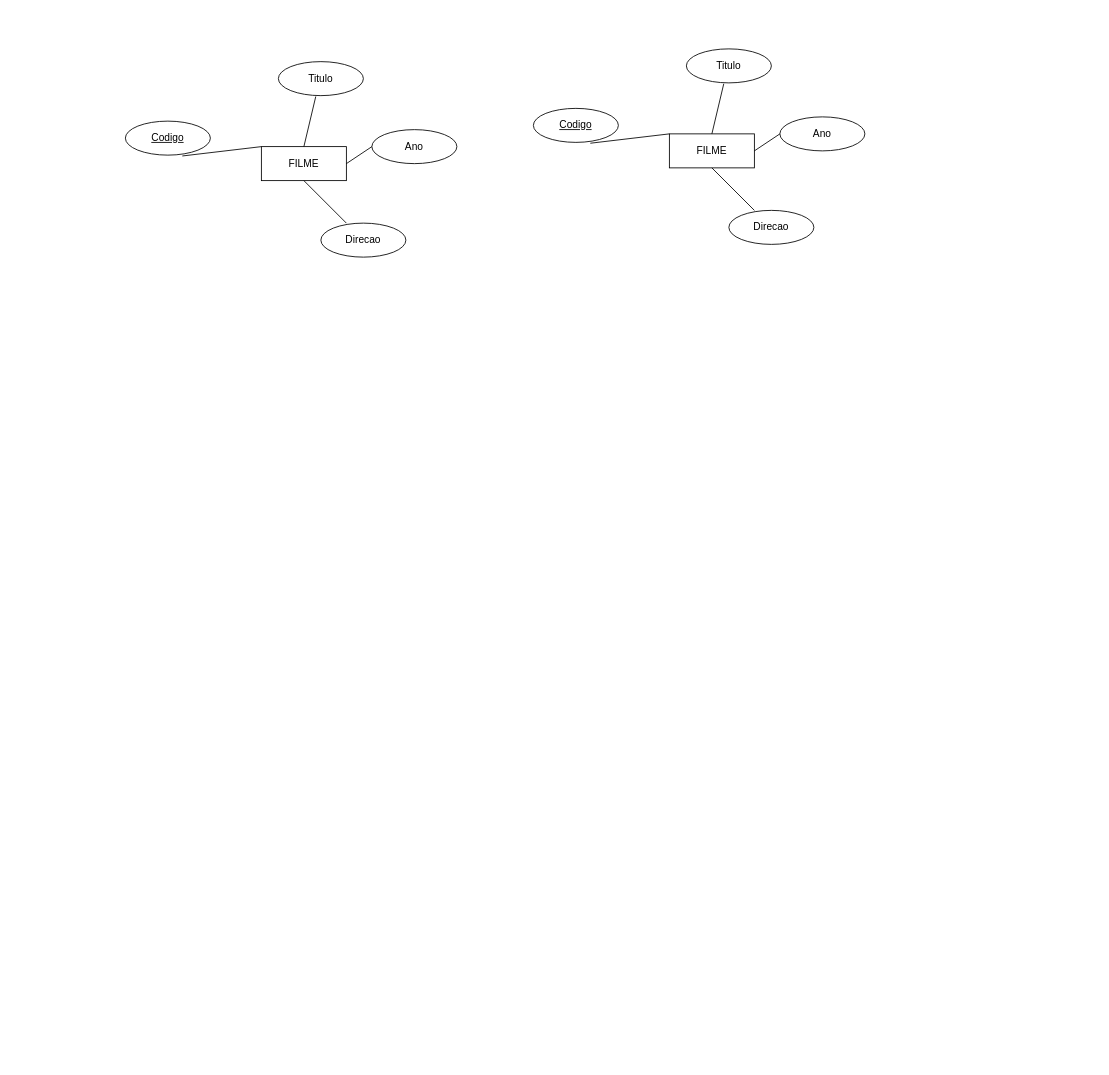
This is DiagramaFilme.drawio from VascoMatos/diagramas, a draw.io file, before an edit. Source tidied: cells renumbered, new cells numbered last; positions are measured from the earlier drawing's top-left corner, leaving out a move shared by most shapes. Both pictures are drawn from the tidied source at 85%, with x=0, y=0 at pixel (125, 48).
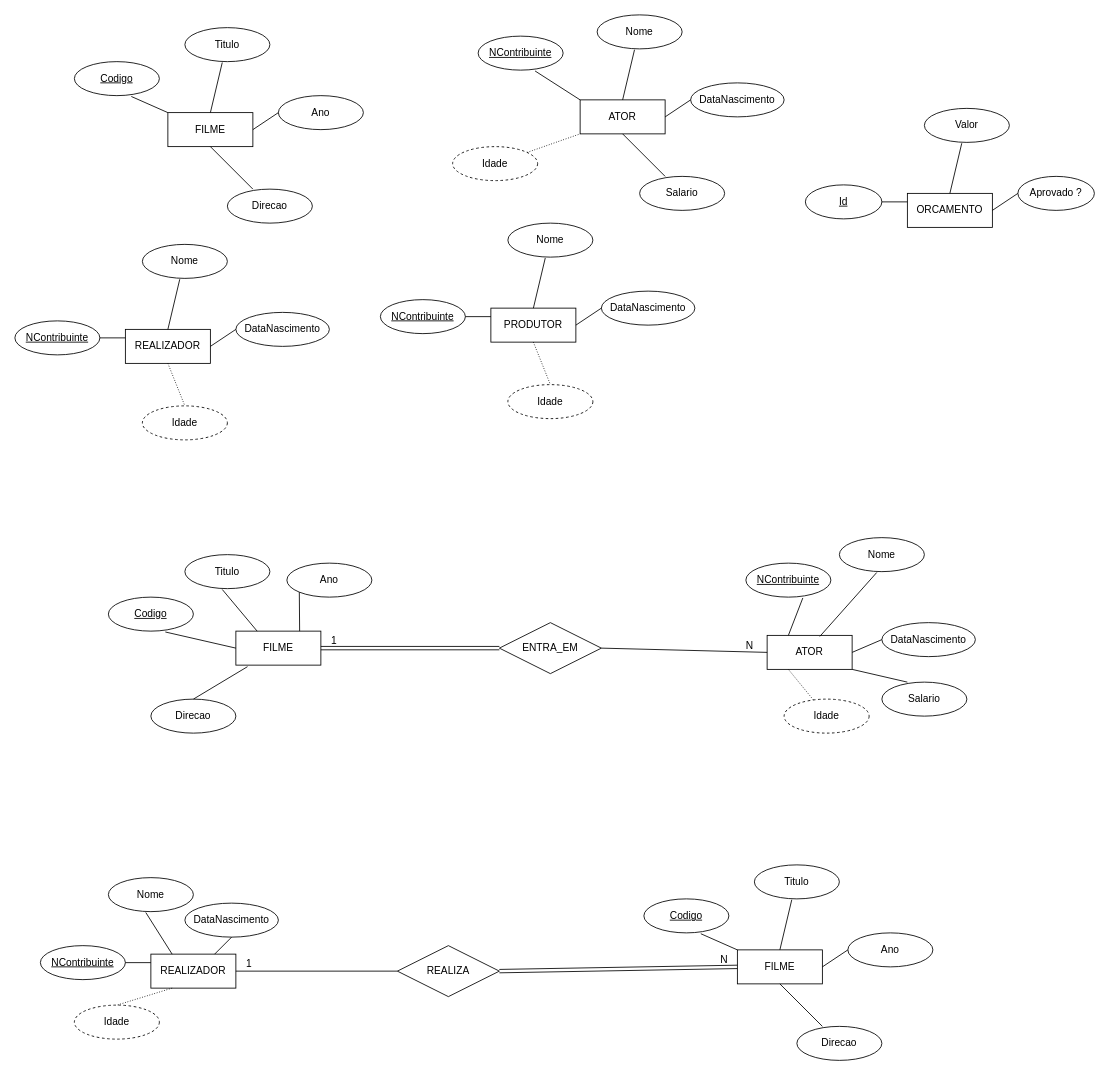
The same page after the edit.

Change to the diagram source:
```diff
@@
     <mxCell id="2" value="FILME" style="whiteSpace=wrap;html=1;align=center;" parent="1" vertex="1">
-      <mxGeometry x="160" y="115" width="100" height="40" as="geometry" />
+      <mxGeometry x="50" y="75" width="100" height="40" as="geometry" />
     </mxCell>
     <mxCell id="3" value="Titulo" style="ellipse;whiteSpace=wrap;html=1;align=center;" parent="1" vertex="1">
-      <mxGeometry x="180" y="15" width="100" height="40" as="geometry" />
+      <mxGeometry x="70" y="-25" width="100" height="40" as="geometry" />
     </mxCell>
     <mxCell id="4" value="Ano" style="ellipse;whiteSpace=wrap;html=1;align=center;" parent="1" vertex="1">
-      <mxGeometry x="290" y="95" width="100" height="40" as="geometry" />
+      <mxGeometry x="180" y="55" width="100" height="40" as="geometry" />
     </mxCell>
     <mxCell id="5" value="Direcao" style="ellipse;whiteSpace=wrap;html=1;align=center;" parent="1" vertex="1">
-      <mxGeometry x="230" y="205" width="100" height="40" as="geometry" />
+      <mxGeometry x="120" y="165" width="100" height="40" as="geometry" />
     </mxCell>
     <mxCell id="6" value="Codigo" style="ellipse;whiteSpace=wrap;html=1;align=center;fontStyle=4;" parent="1" vertex="1">
-      <mxGeometry y="85" width="100" height="40" as="geometry" />
+      <mxGeometry x="-60" y="15" width="100" height="40" as="geometry" />
     </mxCell>
@@
-    <mxCell id="11" value="FILME" style="whiteSpace=wrap;html=1;align=center;" parent="1" vertex="1">
-      <mxGeometry x="640" y="100" width="100" height="40" as="geometry" />
+    <mxCell id="11" value="ATOR" style="whiteSpace=wrap;html=1;align=center;" parent="1" vertex="1">
+      <mxGeometry x="535" y="60" width="100" height="40" as="geometry" />
     </mxCell>
-    <mxCell id="12" value="Titulo" style="ellipse;whiteSpace=wrap;html=1;align=center;" parent="1" vertex="1">
-      <mxGeometry x="660" width="100" height="40" as="geometry" />
+    <mxCell id="12" value="Nome" style="ellipse;whiteSpace=wrap;html=1;align=center;" parent="1" vertex="1">
+      <mxGeometry x="555" y="-40" width="100" height="40" as="geometry" />
     </mxCell>
-    <mxCell id="13" value="Ano" style="ellipse;whiteSpace=wrap;html=1;align=center;" parent="1" vertex="1">
-      <mxGeometry x="770" y="80" width="100" height="40" as="geometry" />
+    <mxCell id="13" value="DataNascimento" style="ellipse;whiteSpace=wrap;html=1;align=center;" parent="1" vertex="1">
+      <mxGeometry x="665" y="40" width="110" height="40" as="geometry" />
     </mxCell>
-    <mxCell id="14" value="Direcao" style="ellipse;whiteSpace=wrap;html=1;align=center;" parent="1" vertex="1">
-      <mxGeometry x="710" y="190" width="100" height="40" as="geometry" />
+    <mxCell id="14" value="Salario" style="ellipse;whiteSpace=wrap;html=1;align=center;" parent="1" vertex="1">
+      <mxGeometry x="605" y="150" width="100" height="40" as="geometry" />
     </mxCell>
-    <mxCell id="15" value="Codigo" style="ellipse;whiteSpace=wrap;html=1;align=center;fontStyle=4;" parent="1" vertex="1">
-      <mxGeometry x="480" y="70" width="100" height="40" as="geometry" />
+    <mxCell id="15" value="NContribuinte" style="ellipse;whiteSpace=wrap;html=1;align=center;fontStyle=4;" parent="1" vertex="1">
+      <mxGeometry x="415" y="-15" width="100" height="40" as="geometry" />
     </mxCell>
@@
+    <mxCell id="20" value="Idade" style="ellipse;whiteSpace=wrap;html=1;align=center;dashed=1;" parent="1" vertex="1">
+      <mxGeometry x="385" y="115" width="100" height="40" as="geometry" />
+    </mxCell>
+    <mxCell id="21" style="endArrow=none;html=1;rounded=0;dashed=1;dashPattern=1 2;entryX=0;entryY=1;entryDx=0;entryDy=0;" parent="1" edge="1" source="20" target="11">
+      <mxGeometry relative="1" as="geometry" />
+    </mxCell>
+    <mxCell id="22" value="REALIZADOR" style="whiteSpace=wrap;html=1;align=center;" parent="1" vertex="1">
+      <mxGeometry y="330" width="100" height="40" as="geometry" />
+    </mxCell>
+    <mxCell id="23" value="Nome" style="ellipse;whiteSpace=wrap;html=1;align=center;" parent="1" vertex="1">
+      <mxGeometry x="20" y="230" width="100" height="40" as="geometry" />
+    </mxCell>
+    <mxCell id="24" value="DataNascimento" style="ellipse;whiteSpace=wrap;html=1;align=center;" parent="1" vertex="1">
+      <mxGeometry x="130" y="310" width="110" height="40" as="geometry" />
+    </mxCell>
+    <mxCell id="25" value="NContribuinte" style="ellipse;whiteSpace=wrap;html=1;align=center;fontStyle=4;" parent="1" vertex="1">
+      <mxGeometry x="-130" y="320" width="100" height="40" as="geometry" />
+    </mxCell>
+    <mxCell id="26" style="endArrow=none;html=1;rounded=0;exitX=1;exitY=0.5;exitDx=0;exitDy=0;entryX=0;entryY=0.25;entryDx=0;entryDy=0;" parent="1" edge="1" source="25" target="22">
+      <mxGeometry relative="1" as="geometry" />
+    </mxCell>
+    <mxCell id="27" style="endArrow=none;html=1;rounded=0;exitX=0.5;exitY=0;exitDx=0;exitDy=0;entryX=0.44;entryY=1.025;entryDx=0;entryDy=0;entryPerimeter=0;" parent="1" edge="1" source="22" target="23">
+      <mxGeometry relative="1" as="geometry" />
+    </mxCell>
+    <mxCell id="28" style="endArrow=none;html=1;rounded=0;exitX=1;exitY=0.5;exitDx=0;exitDy=0;entryX=0;entryY=0.5;entryDx=0;entryDy=0;" parent="1" edge="1" source="22" target="24">
+      <mxGeometry relative="1" as="geometry" />
+    </mxCell>
+    <mxCell id="29" value="Idade" style="ellipse;whiteSpace=wrap;html=1;align=center;dashed=1;" parent="1" vertex="1">
+      <mxGeometry x="20" y="420" width="100" height="40" as="geometry" />
+    </mxCell>
+    <mxCell id="30" style="endArrow=none;html=1;rounded=0;dashed=1;dashPattern=1 2;entryX=0.5;entryY=0;entryDx=0;entryDy=0;exitX=0.5;exitY=1;exitDx=0;exitDy=0;" parent="1" edge="1" source="22" target="29">
+      <mxGeometry relative="1" as="geometry" />
+    </mxCell>
+    <mxCell id="31" value="PRODUTOR" style="whiteSpace=wrap;html=1;align=center;" parent="1" vertex="1">
+      <mxGeometry x="430" y="305" width="100" height="40" as="geometry" />
+    </mxCell>
+    <mxCell id="32" value="Nome" style="ellipse;whiteSpace=wrap;html=1;align=center;" parent="1" vertex="1">
+      <mxGeometry x="450" y="205" width="100" height="40" as="geometry" />
+    </mxCell>
+    <mxCell id="33" value="DataNascimento" style="ellipse;whiteSpace=wrap;html=1;align=center;" parent="1" vertex="1">
+      <mxGeometry x="560" y="285" width="110" height="40" as="geometry" />
+    </mxCell>
+    <mxCell id="34" value="NContribuinte" style="ellipse;whiteSpace=wrap;html=1;align=center;fontStyle=4;" parent="1" vertex="1">
+      <mxGeometry x="300" y="295" width="100" height="40" as="geometry" />
+    </mxCell>
+    <mxCell id="35" style="endArrow=none;html=1;rounded=0;exitX=1;exitY=0.5;exitDx=0;exitDy=0;entryX=0;entryY=0.25;entryDx=0;entryDy=0;" parent="1" edge="1" source="34" target="31">
+      <mxGeometry relative="1" as="geometry" />
+    </mxCell>
+    <mxCell id="36" style="endArrow=none;html=1;rounded=0;exitX=0.5;exitY=0;exitDx=0;exitDy=0;entryX=0.44;entryY=1.025;entryDx=0;entryDy=0;entryPerimeter=0;" parent="1" edge="1" source="31" target="32">
+      <mxGeometry relative="1" as="geometry" />
+    </mxCell>
+    <mxCell id="37" style="endArrow=none;html=1;rounded=0;exitX=1;exitY=0.5;exitDx=0;exitDy=0;entryX=0;entryY=0.5;entryDx=0;entryDy=0;" parent="1" edge="1" source="31" target="33">
+      <mxGeometry relative="1" as="geometry" />
+    </mxCell>
+    <mxCell id="38" value="Idade" style="ellipse;whiteSpace=wrap;html=1;align=center;dashed=1;" parent="1" vertex="1">
+      <mxGeometry x="450" y="395" width="100" height="40" as="geometry" />
+    </mxCell>
+    <mxCell id="39" style="endArrow=none;html=1;rounded=0;dashed=1;dashPattern=1 2;entryX=0.5;entryY=0;entryDx=0;entryDy=0;exitX=0.5;exitY=1;exitDx=0;exitDy=0;" parent="1" edge="1" source="31" target="38">
+      <mxGeometry relative="1" as="geometry" />
+    </mxCell>
+    <mxCell id="40" value="ORCAMENTO" style="whiteSpace=wrap;html=1;align=center;" parent="1" vertex="1">
+      <mxGeometry x="920" y="170" width="100" height="40" as="geometry" />
+    </mxCell>
+    <mxCell id="41" value="Valor" style="ellipse;whiteSpace=wrap;html=1;align=center;" parent="1" vertex="1">
+      <mxGeometry x="940" y="70" width="100" height="40" as="geometry" />
+    </mxCell>
+    <mxCell id="42" value="Aprovado ?" style="ellipse;whiteSpace=wrap;html=1;align=center;" parent="1" vertex="1">
+      <mxGeometry x="1050" y="150" width="90" height="40" as="geometry" />
+    </mxCell>
+    <mxCell id="43" value="Id" style="ellipse;whiteSpace=wrap;html=1;align=center;fontStyle=4;" parent="1" vertex="1">
+      <mxGeometry x="800" y="160" width="90" height="40" as="geometry" />
+    </mxCell>
+    <mxCell id="44" style="endArrow=none;html=1;rounded=0;exitX=1;exitY=0.5;exitDx=0;exitDy=0;entryX=0;entryY=0.25;entryDx=0;entryDy=0;" parent="1" edge="1" source="43" target="40">
+      <mxGeometry relative="1" as="geometry" />
+    </mxCell>
+    <mxCell id="45" style="endArrow=none;html=1;rounded=0;exitX=0.5;exitY=0;exitDx=0;exitDy=0;entryX=0.44;entryY=1.025;entryDx=0;entryDy=0;entryPerimeter=0;" parent="1" edge="1" source="40" target="41">
+      <mxGeometry relative="1" as="geometry" />
+    </mxCell>
+    <mxCell id="46" style="endArrow=none;html=1;rounded=0;exitX=1;exitY=0.5;exitDx=0;exitDy=0;entryX=0;entryY=0.5;entryDx=0;entryDy=0;" parent="1" edge="1" source="40" target="42">
+      <mxGeometry relative="1" as="geometry" />
+    </mxCell>
+    <mxCell id="47" value="ENTRA_EM" style="shape=rhombus;perimeter=rhombusPerimeter;whiteSpace=wrap;html=1;align=center;" parent="1" vertex="1">
+      <mxGeometry x="440" y="675" width="120" height="60" as="geometry" />
+    </mxCell>
+    <mxCell id="48" value="FILME" style="whiteSpace=wrap;html=1;align=center;" parent="1" vertex="1">
+      <mxGeometry x="130" y="685" width="100" height="40" as="geometry" />
+    </mxCell>
+    <mxCell id="49" value="Titulo" style="ellipse;whiteSpace=wrap;html=1;align=center;" parent="1" vertex="1">
+      <mxGeometry x="70" y="595" width="100" height="40" as="geometry" />
+    </mxCell>
+    <mxCell id="50" value="Ano" style="ellipse;whiteSpace=wrap;html=1;align=center;" parent="1" vertex="1">
+      <mxGeometry x="190" y="605" width="100" height="40" as="geometry" />
+    </mxCell>
+    <mxCell id="51" value="Direcao" style="ellipse;whiteSpace=wrap;html=1;align=center;" parent="1" vertex="1">
+      <mxGeometry x="30" y="765" width="100" height="40" as="geometry" />
+    </mxCell>
+    <mxCell id="52" value="Codigo" style="ellipse;whiteSpace=wrap;html=1;align=center;fontStyle=4;" parent="1" vertex="1">
+      <mxGeometry x="-20" y="645" width="100" height="40" as="geometry" />
+    </mxCell>
+    <mxCell id="53" style="endArrow=none;html=1;rounded=0;exitX=0.67;exitY=1.025;exitDx=0;exitDy=0;exitPerimeter=0;entryX=0;entryY=0.5;entryDx=0;entryDy=0;" parent="1" edge="1" source="52" target="48">
+      <mxGeometry relative="1" as="geometry" />
+    </mxCell>
+    <mxCell id="54" style="endArrow=none;html=1;rounded=0;exitX=0.25;exitY=0;exitDx=0;exitDy=0;entryX=0.44;entryY=1.025;entryDx=0;entryDy=0;entryPerimeter=0;" parent="1" edge="1" source="48" target="49">
+      <mxGeometry relative="1" as="geometry" />
+    </mxCell>
+    <mxCell id="55" style="endArrow=none;html=1;rounded=0;exitX=0.75;exitY=0;exitDx=0;exitDy=0;entryX=0;entryY=1;entryDx=0;entryDy=0;" parent="1" edge="1" source="48" target="50">
+      <mxGeometry relative="1" as="geometry" />
+    </mxCell>
+    <mxCell id="56" style="endArrow=none;html=1;rounded=0;exitX=0.137;exitY=1.045;exitDx=0;exitDy=0;entryX=0.5;entryY=0;entryDx=0;entryDy=0;exitPerimeter=0;" parent="1" edge="1" source="48" target="51">
+      <mxGeometry relative="1" as="geometry" />
+    </mxCell>
+    <mxCell id="57" value="ATOR" style="whiteSpace=wrap;html=1;align=center;" parent="1" vertex="1">
+      <mxGeometry x="755" y="690" width="100" height="40" as="geometry" />
+    </mxCell>
+    <mxCell id="58" value="Nome" style="ellipse;whiteSpace=wrap;html=1;align=center;" parent="1" vertex="1">
+      <mxGeometry x="840" y="575" width="100" height="40" as="geometry" />
+    </mxCell>
+    <mxCell id="59" value="DataNascimento" style="ellipse;whiteSpace=wrap;html=1;align=center;" parent="1" vertex="1">
+      <mxGeometry x="890" y="675" width="110" height="40" as="geometry" />
+    </mxCell>
+    <mxCell id="60" value="Salario" style="ellipse;whiteSpace=wrap;html=1;align=center;" parent="1" vertex="1">
+      <mxGeometry x="890" y="745" width="100" height="40" as="geometry" />
+    </mxCell>
+    <mxCell id="61" value="NContribuinte" style="ellipse;whiteSpace=wrap;html=1;align=center;fontStyle=4;" parent="1" vertex="1">
+      <mxGeometry x="730" y="605" width="100" height="40" as="geometry" />
+    </mxCell>
+    <mxCell id="62" style="endArrow=none;html=1;rounded=0;exitX=0.67;exitY=1.025;exitDx=0;exitDy=0;exitPerimeter=0;entryX=0.25;entryY=0;entryDx=0;entryDy=0;" parent="1" edge="1" source="61" target="57">
+      <mxGeometry relative="1" as="geometry" />
+    </mxCell>
+    <mxCell id="63" style="endArrow=none;html=1;rounded=0;entryX=0.44;entryY=1.025;entryDx=0;entryDy=0;entryPerimeter=0;exitX=0.62;exitY=0.031;exitDx=0;exitDy=0;exitPerimeter=0;" parent="1" edge="1" source="57" target="58">
+      <mxGeometry relative="1" as="geometry" />
+    </mxCell>
+    <mxCell id="64" style="endArrow=none;html=1;rounded=0;exitX=1;exitY=0.5;exitDx=0;exitDy=0;entryX=0;entryY=0.5;entryDx=0;entryDy=0;" parent="1" edge="1" source="57" target="59">
+      <mxGeometry relative="1" as="geometry" />
+    </mxCell>
+    <mxCell id="65" style="endArrow=none;html=1;rounded=0;exitX=1;exitY=1;exitDx=0;exitDy=0;entryX=0.3;entryY=0;entryDx=0;entryDy=0;entryPerimeter=0;" parent="1" edge="1" source="57" target="60">
+      <mxGeometry relative="1" as="geometry" />
+    </mxCell>
+    <mxCell id="66" value="Idade" style="ellipse;whiteSpace=wrap;html=1;align=center;dashed=1;" parent="1" vertex="1">
+      <mxGeometry x="775" y="765" width="100" height="40" as="geometry" />
+    </mxCell>
+    <mxCell id="67" style="endArrow=none;html=1;rounded=0;dashed=1;dashPattern=1 2;entryX=0.25;entryY=1;entryDx=0;entryDy=0;" parent="1" edge="1" source="66" target="57">
+      <mxGeometry relative="1" as="geometry" />
+    </mxCell>
+    <mxCell id="68" style="shape=link;html=1;rounded=0;exitX=1;exitY=0.5;exitDx=0;exitDy=0;entryX=0;entryY=0.5;entryDx=0;entryDy=0;" parent="1" edge="1" source="48" target="47">
+      <mxGeometry relative="1" as="geometry" />
+    </mxCell>
+    <mxCell id="69" value="1" style="html=1;whiteSpace=wrap;align=right;verticalAlign=bottom;" parent="68" vertex="1">
+      <mxGeometry x="1" relative="1" as="geometry">
+        <mxPoint x="-190" as="offset" />
+      </mxGeometry>
+    </mxCell>
+    <mxCell id="70" style="endArrow=none;html=1;rounded=0;entryX=0;entryY=0.5;entryDx=0;entryDy=0;exitX=1;exitY=0.5;exitDx=0;exitDy=0;" parent="1" edge="1" source="47" target="57">
+      <mxGeometry relative="1" as="geometry" />
+    </mxCell>
+    <mxCell id="71" value="N" style="html=1;whiteSpace=wrap;align=right;verticalAlign=bottom;" parent="70" vertex="1">
+      <mxGeometry x="1" relative="1" as="geometry">
+        <mxPoint x="-15" as="offset" />
+      </mxGeometry>
+    </mxCell>
+    <mxCell id="72" value="REALIZADOR" style="whiteSpace=wrap;html=1;align=center;" parent="1" vertex="1">
+      <mxGeometry x="30" y="1065" width="100" height="40" as="geometry" />
+    </mxCell>
+    <mxCell id="73" value="Nome" style="ellipse;whiteSpace=wrap;html=1;align=center;" parent="1" vertex="1">
+      <mxGeometry x="-20" y="975" width="100" height="40" as="geometry" />
+    </mxCell>
+    <mxCell id="74" value="DataNascimento" style="ellipse;whiteSpace=wrap;html=1;align=center;" parent="1" vertex="1">
+      <mxGeometry x="70" y="1005" width="110" height="40" as="geometry" />
+    </mxCell>
+    <mxCell id="75" value="NContribuinte" style="ellipse;whiteSpace=wrap;html=1;align=center;fontStyle=4;" parent="1" vertex="1">
+      <mxGeometry x="-100" y="1055" width="100" height="40" as="geometry" />
+    </mxCell>
+    <mxCell id="76" style="endArrow=none;html=1;rounded=0;exitX=1;exitY=0.5;exitDx=0;exitDy=0;entryX=0;entryY=0.25;entryDx=0;entryDy=0;" parent="1" edge="1" source="75" target="72">
+      <mxGeometry relative="1" as="geometry" />
+    </mxCell>
+    <mxCell id="77" style="endArrow=none;html=1;rounded=0;exitX=0.25;exitY=0;exitDx=0;exitDy=0;entryX=0.44;entryY=1.025;entryDx=0;entryDy=0;entryPerimeter=0;" parent="1" edge="1" source="72" target="73">
+      <mxGeometry relative="1" as="geometry" />
+    </mxCell>
+    <mxCell id="78" style="endArrow=none;html=1;rounded=0;exitX=0.75;exitY=0;exitDx=0;exitDy=0;entryX=0.5;entryY=1;entryDx=0;entryDy=0;" parent="1" edge="1" source="72" target="74">
+      <mxGeometry relative="1" as="geometry" />
+    </mxCell>
+    <mxCell id="79" value="Idade" style="ellipse;whiteSpace=wrap;html=1;align=center;dashed=1;" parent="1" vertex="1">
+      <mxGeometry x="-60" y="1125" width="100" height="40" as="geometry" />
+    </mxCell>
+    <mxCell id="80" style="endArrow=none;html=1;rounded=0;dashed=1;dashPattern=1 2;entryX=0.5;entryY=0;entryDx=0;entryDy=0;exitX=0.25;exitY=1;exitDx=0;exitDy=0;" parent="1" edge="1" source="72" target="79">
+      <mxGeometry relative="1" as="geometry" />
+    </mxCell>
+    <mxCell id="81" value="FILME" style="whiteSpace=wrap;html=1;align=center;" parent="1" vertex="1">
+      <mxGeometry x="720" y="1060" width="100" height="40" as="geometry" />
+    </mxCell>
+    <mxCell id="82" value="Titulo" style="ellipse;whiteSpace=wrap;html=1;align=center;" parent="1" vertex="1">
+      <mxGeometry x="740" y="960" width="100" height="40" as="geometry" />
+    </mxCell>
+    <mxCell id="83" value="Ano" style="ellipse;whiteSpace=wrap;html=1;align=center;" parent="1" vertex="1">
+      <mxGeometry x="850" y="1040" width="100" height="40" as="geometry" />
+    </mxCell>
+    <mxCell id="84" value="Direcao" style="ellipse;whiteSpace=wrap;html=1;align=center;" parent="1" vertex="1">
+      <mxGeometry x="790" y="1150" width="100" height="40" as="geometry" />
+    </mxCell>
+    <mxCell id="85" value="Codigo" style="ellipse;whiteSpace=wrap;html=1;align=center;fontStyle=4;" parent="1" vertex="1">
+      <mxGeometry x="610" y="1000" width="100" height="40" as="geometry" />
+    </mxCell>
+    <mxCell id="86" style="endArrow=none;html=1;rounded=0;exitX=0.67;exitY=1.025;exitDx=0;exitDy=0;exitPerimeter=0;entryX=0;entryY=0;entryDx=0;entryDy=0;" parent="1" edge="1" source="85" target="81">
+      <mxGeometry relative="1" as="geometry" />
+    </mxCell>
+    <mxCell id="87" style="endArrow=none;html=1;rounded=0;exitX=0.5;exitY=0;exitDx=0;exitDy=0;entryX=0.44;entryY=1.025;entryDx=0;entryDy=0;entryPerimeter=0;" parent="1" edge="1" source="81" target="82">
+      <mxGeometry relative="1" as="geometry" />
+    </mxCell>
+    <mxCell id="88" style="endArrow=none;html=1;rounded=0;exitX=1;exitY=0.5;exitDx=0;exitDy=0;entryX=0;entryY=0.5;entryDx=0;entryDy=0;" parent="1" edge="1" source="81" target="83">
+      <mxGeometry relative="1" as="geometry" />
+    </mxCell>
+    <mxCell id="89" style="endArrow=none;html=1;rounded=0;exitX=0.5;exitY=1;exitDx=0;exitDy=0;entryX=0.3;entryY=0;entryDx=0;entryDy=0;entryPerimeter=0;" parent="1" edge="1" source="81" target="84">
+      <mxGeometry relative="1" as="geometry" />
+    </mxCell>
+    <mxCell id="90" value="REALIZA" style="shape=rhombus;perimeter=rhombusPerimeter;whiteSpace=wrap;html=1;align=center;" parent="1" vertex="1">
+      <mxGeometry x="320" y="1055" width="120" height="60" as="geometry" />
+    </mxCell>
+    <mxCell id="91" style="endArrow=none;html=1;rounded=0;entryX=0;entryY=0.5;entryDx=0;entryDy=0;exitX=1;exitY=0.5;exitDx=0;exitDy=0;" parent="1" edge="1" source="72" target="90">
+      <mxGeometry relative="1" as="geometry" />
+    </mxCell>
+    <mxCell id="92" value="1" style="html=1;whiteSpace=wrap;align=right;verticalAlign=bottom;" parent="91" vertex="1">
+      <mxGeometry x="1" relative="1" as="geometry">
+        <mxPoint x="-170" as="offset" />
+      </mxGeometry>
+    </mxCell>
+    <mxCell id="93" style="shape=link;html=1;rounded=0;exitX=1;exitY=0.5;exitDx=0;exitDy=0;entryX=0;entryY=0.5;entryDx=0;entryDy=0;" parent="1" edge="1" source="90" target="81">
+      <mxGeometry relative="1" as="geometry" />
+    </mxCell>
+    <mxCell id="94" value="N" style="html=1;whiteSpace=wrap;align=right;verticalAlign=bottom;" parent="93" vertex="1">
+      <mxGeometry x="1" relative="1" as="geometry">
+        <mxPoint x="-10" as="offset" />
+      </mxGeometry>
+    </mxCell>
```
